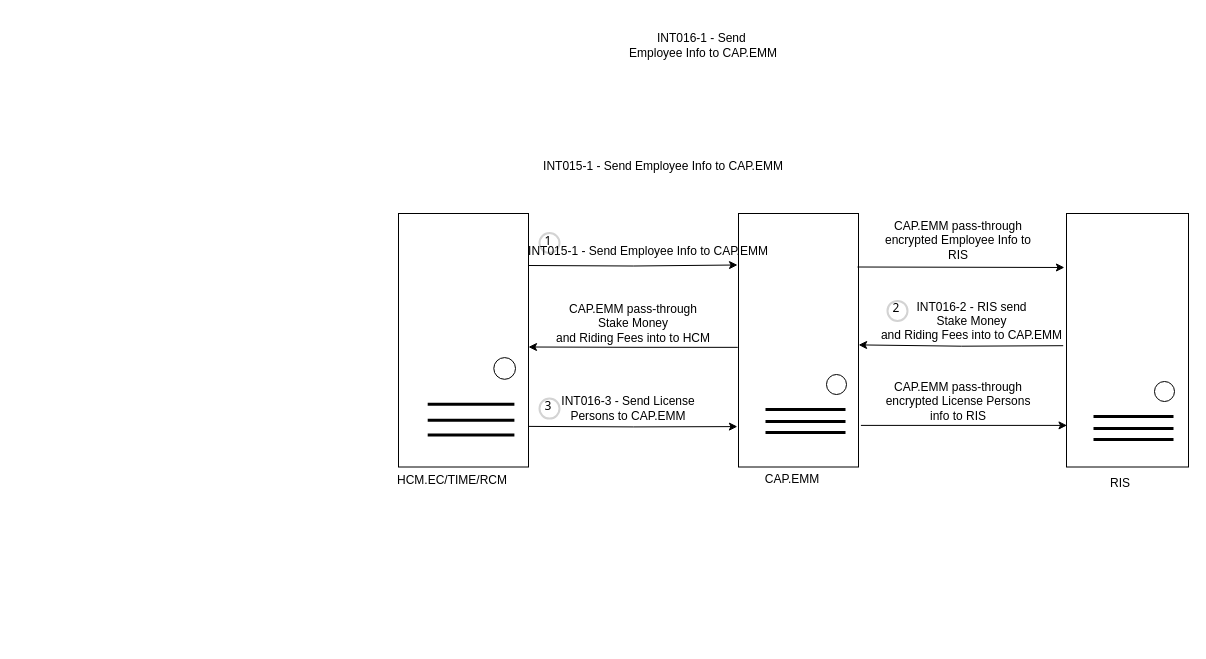
This is page "OAS" (15 of 15) of Untitled Diagram.drawio from wsxad234/flowchart, a draw.io file, before an edit. Source tidied: cells renumbered, new cells numbered last; positions are measured from the earlier drawing's top-left corner, leaving out a move shared by most shapes. Both pictures are drawn from the tidied source at 100%, with x=0, y=0 at pixel (398, 23).
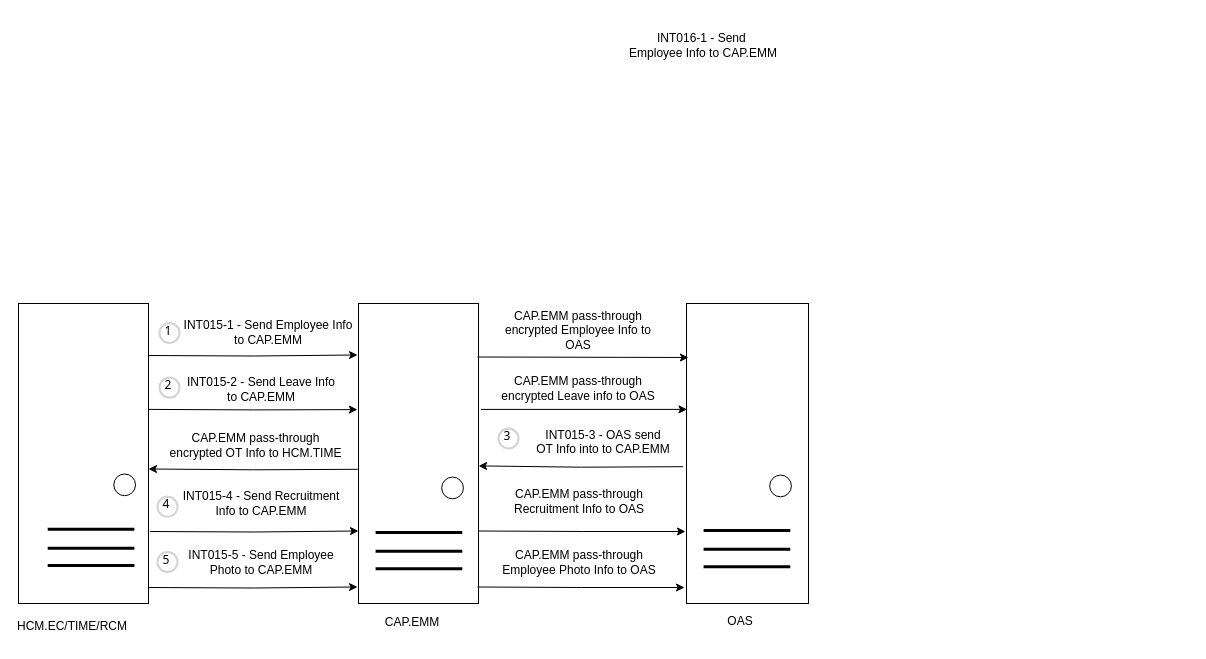
Above is the later version.

Change to the diagram source:
```diff
@@
     <mxCell id="2" value="HCM.EC/TIME/RCM" style="text;html=1;strokeColor=none;fillColor=none;align=center;verticalAlign=middle;whiteSpace=wrap;rounded=0;" parent="1" vertex="1">
-      <mxGeometry x="24" y="442" width="60" height="30" as="geometry" />
+      <mxGeometry x="-356" y="588" width="60" height="30" as="geometry" />
     </mxCell>
     <mxCell id="3" style="edgeStyle=orthogonalEdgeStyle;rounded=0;orthogonalLoop=1;jettySize=auto;html=1;exitX=-0.027;exitY=0.908;exitDx=0;exitDy=0;entryX=1.001;entryY=0.905;entryDx=0;entryDy=0;entryPerimeter=0;exitPerimeter=0;" parent="1" edge="1">
       <mxGeometry relative="1" as="geometry">
-        <mxPoint x="664.7" y="322.2" as="sourcePoint" />
-        <mxPoint x="460.1" y="321.4" as="targetPoint" />
+        <mxPoint x="284.7" y="443.2" as="sourcePoint" />
+        <mxPoint x="80.1" y="442.4" as="targetPoint" />
       </mxGeometry>
     </mxCell>
     <mxCell id="4" style="rounded=0;whiteSpace=wrap;html=1;" parent="1" vertex="1">
-      <mxGeometry x="668" y="190" width="122" height="253.5" as="geometry" />
+      <mxGeometry x="288" y="280" width="122" height="300" as="geometry" />
     </mxCell>
-    <mxCell id="5" style="ellipse;whiteSpace=wrap;html=1;direction=south;" parent="1" vertex="1">
-      <mxGeometry x="756" y="358" width="20" height="20" as="geometry" />
-    </mxCell>
-    <mxCell id="6" value="RIS" style="text;html=1;strokeColor=none;fillColor=none;align=center;verticalAlign=middle;whiteSpace=wrap;rounded=0;" parent="1" vertex="1">
-      <mxGeometry x="692" y="445" width="60" height="30" as="geometry" />
+    <mxCell id="6" value="OAS" style="text;html=1;strokeColor=none;fillColor=none;align=center;verticalAlign=middle;whiteSpace=wrap;rounded=0;" parent="1" vertex="1">
+      <mxGeometry x="312" y="583" width="60" height="30" as="geometry" />
     </mxCell>
-    <mxCell id="7" style="endArrow=none;html=1;rounded=0;align=center;strokeWidth=3;" parent="1" edge="1">
-      <mxGeometry relative="1" as="geometry">
-        <mxPoint x="695" y="393" as="sourcePoint" />
-        <mxPoint x="775" y="393" as="targetPoint" />
-      </mxGeometry>
-    </mxCell>
-    <mxCell id="8" style="endArrow=none;html=1;rounded=0;align=center;strokeWidth=3;" parent="1" edge="1">
-      <mxGeometry relative="1" as="geometry">
-        <mxPoint x="695" y="405" as="sourcePoint" />
-        <mxPoint x="775" y="405" as="targetPoint" />
-      </mxGeometry>
-    </mxCell>
-    <mxCell id="9" style="endArrow=none;html=1;rounded=0;align=center;strokeWidth=3;" parent="1" edge="1">
-      <mxGeometry relative="1" as="geometry">
-        <mxPoint x="695" y="416" as="sourcePoint" />
-        <mxPoint x="775" y="416" as="targetPoint" />
-      </mxGeometry>
-    </mxCell>
     <mxCell id="10" style="edgeStyle=orthogonalEdgeStyle;rounded=0;orthogonalLoop=1;jettySize=auto;html=1;exitX=1.02;exitY=0.607;exitDx=0;exitDy=0;entryX=0.004;entryY=0.607;entryDx=0;entryDy=0;entryPerimeter=0;exitPerimeter=0;" parent="1" edge="1">
       <mxGeometry relative="1" as="geometry">
-        <mxPoint x="462.4" y="401.9" as="sourcePoint" />
-        <mxPoint x="668.5" y="401.9" as="targetPoint" />
+        <mxPoint x="82.4" y="385.9" as="sourcePoint" />
+        <mxPoint x="288.5" y="385.9" as="targetPoint" />
       </mxGeometry>
     </mxCell>
     <mxCell id="11" style="rounded=0;whiteSpace=wrap;html=1;" parent="1" vertex="1">
-      <mxGeometry x="340" y="190" width="120" height="253.5" as="geometry" />
+      <mxGeometry x="-40" y="280" width="120" height="300" as="geometry" />
     </mxCell>
-    <mxCell id="12" style="ellipse;whiteSpace=wrap;html=1;direction=south;" parent="1" vertex="1">
-      <mxGeometry x="428" y="351" width="20" height="20" as="geometry" />
-    </mxCell>
     <mxCell id="13" value="CAP.EMM" style="text;html=1;strokeColor=none;fillColor=none;align=center;verticalAlign=middle;whiteSpace=wrap;rounded=0;" parent="1" vertex="1">
-      <mxGeometry x="364" y="441" width="60" height="30" as="geometry" />
+      <mxGeometry x="-16" y="584" width="60" height="30" as="geometry" />
     </mxCell>
-    <mxCell id="14" style="endArrow=none;html=1;rounded=0;align=center;strokeWidth=3;" parent="1" edge="1">
-      <mxGeometry relative="1" as="geometry">
-        <mxPoint x="367" y="386" as="sourcePoint" />
-        <mxPoint x="447" y="386" as="targetPoint" />
-      </mxGeometry>
-    </mxCell>
-    <mxCell id="15" style="endArrow=none;html=1;rounded=0;align=center;strokeWidth=3;" parent="1" edge="1">
-      <mxGeometry relative="1" as="geometry">
-        <mxPoint x="367" y="398" as="sourcePoint" />
-        <mxPoint x="447" y="398" as="targetPoint" />
-      </mxGeometry>
-    </mxCell>
-    <mxCell id="16" style="endArrow=none;html=1;rounded=0;align=center;strokeWidth=3;" parent="1" edge="1">
-      <mxGeometry relative="1" as="geometry">
-        <mxPoint x="367" y="409" as="sourcePoint" />
-        <mxPoint x="447" y="409" as="targetPoint" />
-      </mxGeometry>
-    </mxCell>
-    <mxCell id="17" value="CAP.EMM pass-through encrypted Employee Info to RIS" style="text;html=1;strokeColor=none;fillColor=none;align=center;verticalAlign=middle;whiteSpace=wrap;rounded=0;" parent="1" vertex="1">
-      <mxGeometry x="480" y="190.6" width="160" height="52.2" as="geometry" />
+    <mxCell id="17" value="CAP.EMM pass-through encrypted Employee Info to OAS" style="text;html=1;strokeColor=none;fillColor=none;align=center;verticalAlign=middle;whiteSpace=wrap;rounded=0;" parent="1" vertex="1">
+      <mxGeometry x="100" y="280.6" width="160" height="52.2" as="geometry" />
     </mxCell>
     <mxCell id="18" value="1" style="ellipse;whiteSpace=wrap;html=1;strokeWidth=2;fontFamily=Tahoma;spacingBottom=4;spacingRight=2;strokeColor=#d3d3d3;" parent="1" vertex="1">
-      <mxGeometry x="141" y="209.5" width="20" height="20" as="geometry" />
+      <mxGeometry x="-239" y="299.5" width="20" height="20" as="geometry" />
     </mxCell>
     <mxCell id="19" style="group;" parent="1" vertex="1">
-      <mxGeometry y="190" width="130" height="253.5" as="geometry" />
+      <mxGeometry x="-380" y="280" width="130" height="300" as="geometry" />
     </mxCell>
     <mxCell id="20" style="rounded=0;whiteSpace=wrap;html=1;" parent="19" vertex="1">
-      <mxGeometry width="130" height="253.5" as="geometry" />
+      <mxGeometry width="130" height="300" as="geometry" />
     </mxCell>
     <mxCell id="21" style="ellipse;whiteSpace=wrap;html=1;direction=south;" parent="19" vertex="1">
-      <mxGeometry x="95.3" y="144.1" width="21.7" height="21.7" as="geometry" />
+      <mxGeometry x="95.3" y="170.5" width="21.7" height="21.7" as="geometry" />
     </mxCell>
     <mxCell id="22" style="endArrow=none;html=1;rounded=0;align=center;strokeWidth=3;" parent="19" edge="1">
       <mxGeometry relative="1" as="geometry">
-        <mxPoint x="29.2" y="190.8" as="sourcePoint" />
-        <mxPoint x="115.9" y="190.8" as="targetPoint" />
+        <mxPoint x="29.2" y="225.8" as="sourcePoint" />
+        <mxPoint x="115.9" y="225.8" as="targetPoint" />
       </mxGeometry>
     </mxCell>
     <mxCell id="23" style="endArrow=none;html=1;rounded=0;align=center;strokeWidth=3;" parent="19" edge="1">
       <mxGeometry relative="1" as="geometry">
-        <mxPoint x="29.2" y="206.8" as="sourcePoint" />
-        <mxPoint x="115.9" y="206.8" as="targetPoint" />
+        <mxPoint x="29.2" y="244.7" as="sourcePoint" />
+        <mxPoint x="115.9" y="244.7" as="targetPoint" />
       </mxGeometry>
     </mxCell>
     <mxCell id="24" style="endArrow=none;html=1;rounded=0;align=center;strokeWidth=3;" parent="19" edge="1">
       <mxGeometry relative="1" as="geometry">
-        <mxPoint x="29.2" y="221.5" as="sourcePoint" />
-        <mxPoint x="115.9" y="221.5" as="targetPoint" />
+        <mxPoint x="29.2" y="262.1" as="sourcePoint" />
+        <mxPoint x="115.9" y="262.1" as="targetPoint" />
       </mxGeometry>
     </mxCell>
-    <mxCell id="25" value="CAP.EMM pass-through encrypted License Persons info to RIS" style="text;html=1;strokeColor=none;fillColor=none;align=center;verticalAlign=middle;whiteSpace=wrap;rounded=0;" parent="1" vertex="1">
-      <mxGeometry x="480" y="351.9" width="160" height="52.2" as="geometry" />
+    <mxCell id="25" value="CAP.EMM pass-through encrypted Leave info to OAS" style="text;html=1;strokeColor=none;fillColor=none;align=center;verticalAlign=middle;whiteSpace=wrap;rounded=0;" parent="1" vertex="1">
+      <mxGeometry x="100" y="338.9" width="160" height="52.2" as="geometry" />
     </mxCell>
-    <mxCell id="26" value="&lt;br&gt;&lt;table style=&quot;border-collapse:&lt;br/&gt; collapse;width:305pt&quot; width=&quot;406&quot; cellspacing=&quot;0&quot; cellpadding=&quot;0&quot; border=&quot;0&quot;&gt;&lt;tbody&gt;&lt;tr style=&quot;height:14.4pt&quot; height=&quot;19&quot;&gt;  &lt;td style=&quot;height:14.4pt;width:305pt&quot; width=&quot;406&quot; height=&quot;19&quot;&gt;INT016-2 - RIS send &lt;br&gt;Stake Money &lt;br&gt;and Riding Fees into to CAP.EMM&lt;/td&gt;&lt;/tr&gt;&lt;/tbody&gt;&lt;/table&gt;&lt;table style=&quot;border-collapse:&lt;br/&gt; collapse;width:305pt&quot; width=&quot;406&quot; cellspacing=&quot;0&quot; cellpadding=&quot;0&quot; border=&quot;0&quot;&gt;&lt;tbody&gt;&lt;tr style=&quot;height:14.4pt&quot; height=&quot;19&quot;&gt;&lt;td style=&quot;height:14.4pt;width:305pt&quot; width=&quot;406&quot; height=&quot;19&quot;&gt;&lt;/td&gt;&lt;/tr&gt;&lt;/tbody&gt;&lt;/table&gt;" style="text;html=1;strokeColor=none;fillColor=none;align=center;verticalAlign=middle;whiteSpace=wrap;rounded=0;" parent="1" vertex="1">
-      <mxGeometry x="520" y="274.5" width="107" height="50" as="geometry" />
+    <mxCell id="26" value="&lt;br&gt;&lt;table style=&quot;border-collapse:&lt;br/&gt; collapse;width:305pt&quot; width=&quot;406&quot; cellspacing=&quot;0&quot; cellpadding=&quot;0&quot; border=&quot;0&quot;&gt;&lt;tbody&gt;&lt;tr style=&quot;height:14.4pt&quot; height=&quot;19&quot;&gt;  &lt;td style=&quot;height:14.4pt;width:305pt&quot; width=&quot;406&quot; height=&quot;19&quot;&gt;INT015-3 - OAS send &lt;br&gt;OT Info into to CAP.EMM&lt;/td&gt;&lt;/tr&gt;&lt;/tbody&gt;&lt;/table&gt;&lt;table style=&quot;border-collapse:&lt;br/&gt; collapse;width:305pt&quot; width=&quot;406&quot; cellspacing=&quot;0&quot; cellpadding=&quot;0&quot; border=&quot;0&quot;&gt;&lt;tbody&gt;&lt;tr style=&quot;height:14.4pt&quot; height=&quot;19&quot;&gt;&lt;td style=&quot;height:14.4pt;width:305pt&quot; width=&quot;406&quot; height=&quot;19&quot;&gt;&lt;/td&gt;&lt;/tr&gt;&lt;/tbody&gt;&lt;/table&gt;" style="text;html=1;strokeColor=none;fillColor=none;align=center;verticalAlign=middle;whiteSpace=wrap;rounded=0;" parent="1" vertex="1">
+      <mxGeometry x="140" y="395.5" width="130" height="50" as="geometry" />
     </mxCell>
-    <mxCell id="27" value="&lt;div&gt;INT016-3 - Send License Persons to CAP.EMM&lt;/div&gt;" style="text;html=1;strokeColor=none;fillColor=none;align=center;verticalAlign=middle;whiteSpace=wrap;rounded=0;" parent="1" vertex="1">
-      <mxGeometry x="150" y="359" width="160" height="52.2" as="geometry" />
+    <mxCell id="27" value="&lt;div&gt;INT015-2 - Send Leave Info to CAP.EMM&lt;/div&gt;" style="text;html=1;strokeColor=none;fillColor=none;align=center;verticalAlign=middle;whiteSpace=wrap;rounded=0;" parent="1" vertex="1">
+      <mxGeometry x="-217" y="340" width="160" height="52.2" as="geometry" />
     </mxCell>
@@
     <mxCell id="29" style="edgeStyle=orthogonalEdgeStyle;rounded=0;orthogonalLoop=1;jettySize=auto;html=1;exitX=1.003;exitY=0.225;exitDx=0;exitDy=0;entryX=-0.006;entryY=0.604;entryDx=0;entryDy=0;entryPerimeter=0;exitPerimeter=0;" parent="1" edge="1">
       <mxGeometry relative="1" as="geometry">
-        <mxPoint x="130.4" y="242" as="sourcePoint" />
-        <mxPoint x="339" y="241.5" as="targetPoint" />
+        <mxPoint x="-249.6" y="332" as="sourcePoint" />
+        <mxPoint x="-41" y="331.5" as="targetPoint" />
       </mxGeometry>
     </mxCell>
-    <mxCell id="30" style="edgeStyle=orthogonalEdgeStyle;rounded=0;jettySize=auto;html=1;exitX=1.003;exitY=0.225;exitDx=0;exitDy=0;entryX=-0.017;entryY=0.213;entryDx=0;entryDy=0;entryPerimeter=0;exitPerimeter=0;" parent="1" edge="1" target="4">
+    <mxCell id="30" style="edgeStyle=orthogonalEdgeStyle;rounded=0;jettySize=auto;html=1;exitX=1.003;exitY=0.225;exitDx=0;exitDy=0;exitPerimeter=0;entryX=0.016;entryY=0.18;entryDx=0;entryDy=0;entryPerimeter=0;" parent="1" edge="1" target="4">
       <mxGeometry relative="1" as="geometry">
-        <mxPoint x="459" y="243.5" as="sourcePoint" />
+        <mxPoint x="79" y="333.5" as="sourcePoint" />
       </mxGeometry>
     </mxCell>
-    <mxCell id="31" style="edgeStyle=orthogonalEdgeStyle;rounded=0;jettySize=auto;html=1;exitX=-0.006;exitY=0.528;exitDx=0;exitDy=0;entryX=1.012;entryY=0.853;entryDx=0;entryDy=0;entryPerimeter=0;exitPerimeter=0;" parent="1" edge="1" source="11">
+    <mxCell id="31" style="edgeStyle=orthogonalEdgeStyle;rounded=0;orthogonalLoop=1;jettySize=auto;html=1;exitX=-0.006;exitY=0.528;exitDx=0;exitDy=0;entryX=1.012;entryY=0.853;entryDx=0;entryDy=0;entryPerimeter=0;exitPerimeter=0;" parent="1" edge="1">
       <mxGeometry relative="1" as="geometry">
-        <mxPoint x="130" y="323.5" as="targetPoint" />
+        <mxPoint x="-40.7" y="445.8" as="sourcePoint" />
+        <mxPoint x="-250" y="445.5" as="targetPoint" />
       </mxGeometry>
     </mxCell>
-    <mxCell id="32" value="CAP.EMM pass-through Stake Money&lt;br style=&quot;border-color: var(--border-color);&quot;&gt;and Riding Fees into to HCM" style="text;html=1;strokeColor=none;fillColor=none;align=center;verticalAlign=middle;whiteSpace=wrap;rounded=0;" parent="1" vertex="1">
-      <mxGeometry x="155" y="273.4" width="160" height="52.2" as="geometry" />
+    <mxCell id="32" value="CAP.EMM pass-through encrypted OT Info&amp;nbsp;to HCM.TIME" style="text;html=1;strokeColor=none;fillColor=none;align=center;verticalAlign=middle;whiteSpace=wrap;rounded=0;" parent="1" vertex="1">
+      <mxGeometry x="-230" y="395.4" width="175" height="52.2" as="geometry" />
     </mxCell>
     <mxCell id="33" value="2" style="ellipse;whiteSpace=wrap;html=1;strokeWidth=2;fontFamily=Tahoma;spacingBottom=4;spacingRight=2;strokeColor=#d3d3d3;" parent="1" vertex="1">
-      <mxGeometry x="489" y="277.4" width="20" height="20" as="geometry" />
+      <mxGeometry x="-239" y="354.1" width="20" height="20" as="geometry" />
     </mxCell>
     <mxCell id="34" style="edgeStyle=orthogonalEdgeStyle;rounded=0;orthogonalLoop=1;jettySize=auto;html=1;exitX=1.02;exitY=0.607;exitDx=0;exitDy=0;entryX=-0.009;entryY=0.876;entryDx=0;entryDy=0;entryPerimeter=0;exitPerimeter=0;" parent="1" edge="1">
       <mxGeometry relative="1" as="geometry">
-        <mxPoint x="130.4" y="402.9" as="sourcePoint" />
-        <mxPoint x="338.9" y="403.1" as="targetPoint" />
+        <mxPoint x="-249.6" y="385.9" as="sourcePoint" />
+        <mxPoint x="-41.1" y="386.1" as="targetPoint" />
       </mxGeometry>
     </mxCell>
     <mxCell id="35" value="3" style="ellipse;whiteSpace=wrap;html=1;strokeWidth=2;fontFamily=Tahoma;spacingBottom=4;spacingRight=2;strokeColor=#d3d3d3;" parent="1" vertex="1">
-      <mxGeometry x="141" y="375.1" width="20" height="20" as="geometry" />
+      <mxGeometry x="100" y="405" width="20" height="20" as="geometry" />
     </mxCell>
-    <mxCell id="36" value="&lt;br&gt;&lt;table style=&quot;border-color: var(--border-color); width: 305pt;&quot; width=&quot;406&quot; cellspacing=&quot;0&quot; cellpadding=&quot;0&quot; border=&quot;0&quot;&gt;&lt;tbody style=&quot;border-color: var(--border-color);&quot;&gt;&lt;tr style=&quot;border-color: var(--border-color); height: 14.4pt;&quot; height=&quot;19&quot;&gt;&lt;td style=&quot;border-color: var(--border-color); height: 14.4pt; width: 305pt;&quot; width=&quot;406&quot; height=&quot;19&quot;&gt;INT015-1 - Send&amp;nbsp;Employee Info to CAP.EMM&lt;/td&gt;&lt;/tr&gt;&lt;/tbody&gt;&lt;/table&gt;" style="text;html=1;strokeColor=none;fillColor=none;align=center;verticalAlign=middle;whiteSpace=wrap;rounded=0;" parent="1" vertex="1">
-      <mxGeometry x="190" y="120" width="150" height="30.5" as="geometry" />
-    </mxCell>
-    <mxCell id="37" value="&lt;br&gt;&lt;table style=&quot;border-color: var(--border-color); width: 305pt;&quot; width=&quot;406&quot; cellspacing=&quot;0&quot; cellpadding=&quot;0&quot; border=&quot;0&quot;&gt;&lt;tbody style=&quot;border-color: var(--border-color);&quot;&gt;&lt;tr style=&quot;border-color: var(--border-color); height: 14.4pt;&quot; height=&quot;19&quot;&gt;&lt;td style=&quot;border-color: var(--border-color); height: 14.4pt; width: 305pt;&quot; width=&quot;406&quot; height=&quot;19&quot;&gt;INT015-1 - Send&amp;nbsp;Employee Info to CAP.EMM&lt;/td&gt;&lt;/tr&gt;&lt;/tbody&gt;&lt;/table&gt;" style="text;html=1;strokeColor=none;fillColor=none;align=center;verticalAlign=middle;whiteSpace=wrap;rounded=0;" parent="1" vertex="1">
-      <mxGeometry x="170" y="193.4" width="160" height="52.2" as="geometry" />
+    <mxCell id="37" value="&lt;br&gt;&lt;table style=&quot;border-color: var(--border-color); width: 305pt;&quot; width=&quot;406&quot; cellspacing=&quot;0&quot; cellpadding=&quot;0&quot; border=&quot;0&quot;&gt;&lt;tbody style=&quot;border-color: var(--border-color);&quot;&gt;&lt;tr style=&quot;border-color: var(--border-color); height: 14.4pt;&quot; height=&quot;19&quot;&gt;&lt;td style=&quot;border-color: var(--border-color); height: 14.4pt; width: 305pt;&quot; width=&quot;406&quot; height=&quot;19&quot;&gt;INT015-1 - Send&amp;nbsp;Employee Info &lt;br&gt;to CAP.EMM&lt;/td&gt;&lt;/tr&gt;&lt;/tbody&gt;&lt;/table&gt;" style="text;html=1;strokeColor=none;fillColor=none;align=center;verticalAlign=middle;whiteSpace=wrap;rounded=0;" parent="1" vertex="1">
+      <mxGeometry x="-210" y="275.4" width="160" height="52.2" as="geometry" />
     </mxCell>
+    <mxCell id="38" value="CAP.EMM pass-through Recruitment Info to OAS" style="text;html=1;strokeColor=none;fillColor=none;align=center;verticalAlign=middle;whiteSpace=wrap;rounded=0;" parent="1" vertex="1">
+      <mxGeometry x="101" y="451.6" width="160" height="52.2" as="geometry" />
+    </mxCell>
+    <mxCell id="39" style="edgeStyle=orthogonalEdgeStyle;rounded=0;orthogonalLoop=1;jettySize=auto;html=1;exitX=1.003;exitY=0.225;exitDx=0;exitDy=0;entryX=-0.006;entryY=0.604;entryDx=0;entryDy=0;entryPerimeter=0;exitPerimeter=0;" parent="1" edge="1">
+      <mxGeometry relative="1" as="geometry">
+        <mxPoint x="-248.6" y="508" as="sourcePoint" />
+        <mxPoint x="-40" y="507.5" as="targetPoint" />
+      </mxGeometry>
+    </mxCell>
+    <mxCell id="40" style="edgeStyle=orthogonalEdgeStyle;rounded=0;orthogonalLoop=1;jettySize=auto;html=1;exitX=1.003;exitY=0.225;exitDx=0;exitDy=0;entryX=-0.017;entryY=0.213;entryDx=0;entryDy=0;entryPerimeter=0;exitPerimeter=0;" parent="1" edge="1">
+      <mxGeometry relative="1" as="geometry">
+        <mxPoint x="80" y="507.5" as="sourcePoint" />
+        <mxPoint x="287" y="508" as="targetPoint" />
+      </mxGeometry>
+    </mxCell>
+    <mxCell id="41" style="edgeStyle=orthogonalEdgeStyle;rounded=0;orthogonalLoop=1;jettySize=auto;html=1;exitX=1.003;exitY=0.225;exitDx=0;exitDy=0;entryX=-0.006;entryY=0.604;entryDx=0;entryDy=0;entryPerimeter=0;exitPerimeter=0;" parent="1" edge="1">
+      <mxGeometry relative="1" as="geometry">
+        <mxPoint x="-249.6" y="564" as="sourcePoint" />
+        <mxPoint x="-41" y="563.5" as="targetPoint" />
+      </mxGeometry>
+    </mxCell>
+    <mxCell id="42" style="edgeStyle=orthogonalEdgeStyle;rounded=0;orthogonalLoop=1;jettySize=auto;html=1;exitX=1.003;exitY=0.225;exitDx=0;exitDy=0;entryX=-0.017;entryY=0.213;entryDx=0;entryDy=0;entryPerimeter=0;exitPerimeter=0;" parent="1" edge="1">
+      <mxGeometry relative="1" as="geometry">
+        <mxPoint x="79" y="563.5" as="sourcePoint" />
+        <mxPoint x="286" y="564" as="targetPoint" />
+      </mxGeometry>
+    </mxCell>
+    <mxCell id="43" style="ellipse;whiteSpace=wrap;html=1;direction=south;" parent="1" vertex="1">
+      <mxGeometry x="371.2" y="451.6" width="21.7" height="21.7" as="geometry" />
+    </mxCell>
+    <mxCell id="44" style="endArrow=none;html=1;rounded=0;align=center;strokeWidth=3;" parent="1" edge="1">
+      <mxGeometry relative="1" as="geometry">
+        <mxPoint x="305.1" y="506.9" as="sourcePoint" />
+        <mxPoint x="391.8" y="506.9" as="targetPoint" />
+      </mxGeometry>
+    </mxCell>
+    <mxCell id="45" style="endArrow=none;html=1;rounded=0;align=center;strokeWidth=3;" parent="1" edge="1">
+      <mxGeometry relative="1" as="geometry">
+        <mxPoint x="305.1" y="525.8" as="sourcePoint" />
+        <mxPoint x="391.8" y="525.8" as="targetPoint" />
+      </mxGeometry>
+    </mxCell>
+    <mxCell id="46" style="endArrow=none;html=1;rounded=0;align=center;strokeWidth=3;" parent="1" edge="1">
+      <mxGeometry relative="1" as="geometry">
+        <mxPoint x="305.1" y="543.2" as="sourcePoint" />
+        <mxPoint x="391.8" y="543.2" as="targetPoint" />
+      </mxGeometry>
+    </mxCell>
+    <mxCell id="47" style="ellipse;whiteSpace=wrap;html=1;direction=south;" parent="1" vertex="1">
+      <mxGeometry x="43.2" y="453.6" width="21.7" height="21.7" as="geometry" />
+    </mxCell>
+    <mxCell id="48" style="endArrow=none;html=1;rounded=0;align=center;strokeWidth=3;" parent="1" edge="1">
+      <mxGeometry relative="1" as="geometry">
+        <mxPoint x="-22.9" y="508.9" as="sourcePoint" />
+        <mxPoint x="63.8" y="508.9" as="targetPoint" />
+      </mxGeometry>
+    </mxCell>
+    <mxCell id="49" style="endArrow=none;html=1;rounded=0;align=center;strokeWidth=3;" parent="1" edge="1">
+      <mxGeometry relative="1" as="geometry">
+        <mxPoint x="-22.9" y="527.8" as="sourcePoint" />
+        <mxPoint x="63.8" y="527.8" as="targetPoint" />
+      </mxGeometry>
+    </mxCell>
+    <mxCell id="50" style="endArrow=none;html=1;rounded=0;align=center;strokeWidth=3;" parent="1" edge="1">
+      <mxGeometry relative="1" as="geometry">
+        <mxPoint x="-22.9" y="545.2" as="sourcePoint" />
+        <mxPoint x="63.8" y="545.2" as="targetPoint" />
+      </mxGeometry>
+    </mxCell>
+    <mxCell id="51" value="CAP.EMM pass-through Employee Photo Info to OAS" style="text;html=1;strokeColor=none;fillColor=none;align=center;verticalAlign=middle;whiteSpace=wrap;rounded=0;" parent="1" vertex="1">
+      <mxGeometry x="101" y="512.4" width="160" height="52.2" as="geometry" />
+    </mxCell>
+    <mxCell id="52" value="INT015-4 - Send&amp;nbsp;Recruitment&lt;br style=&quot;border-color: var(--border-color);&quot;&gt;Info to CAP.EMM" style="text;html=1;strokeColor=none;fillColor=none;align=center;verticalAlign=middle;whiteSpace=wrap;rounded=0;" parent="1" vertex="1">
+      <mxGeometry x="-217" y="453.6" width="160" height="52.2" as="geometry" />
+    </mxCell>
+    <mxCell id="53" value="4" style="ellipse;whiteSpace=wrap;html=1;strokeWidth=2;fontFamily=Tahoma;spacingBottom=4;spacingRight=2;strokeColor=#d3d3d3;" parent="1" vertex="1">
+      <mxGeometry x="-241" y="473.3" width="20" height="20" as="geometry" />
+    </mxCell>
+    <mxCell id="54" value="5" style="ellipse;whiteSpace=wrap;html=1;strokeWidth=2;fontFamily=Tahoma;spacingBottom=4;spacingRight=2;strokeColor=#d3d3d3;" parent="1" vertex="1">
+      <mxGeometry x="-241" y="528.5" width="20" height="20" as="geometry" />
+    </mxCell>
+    <mxCell id="55" value="INT015-5 - Send Employee Photo&amp;nbsp;to CAP.EMM" style="text;html=1;strokeColor=none;fillColor=none;align=center;verticalAlign=middle;whiteSpace=wrap;rounded=0;" parent="1" vertex="1">
+      <mxGeometry x="-217" y="512.4" width="160" height="52.2" as="geometry" />
+    </mxCell>
```
